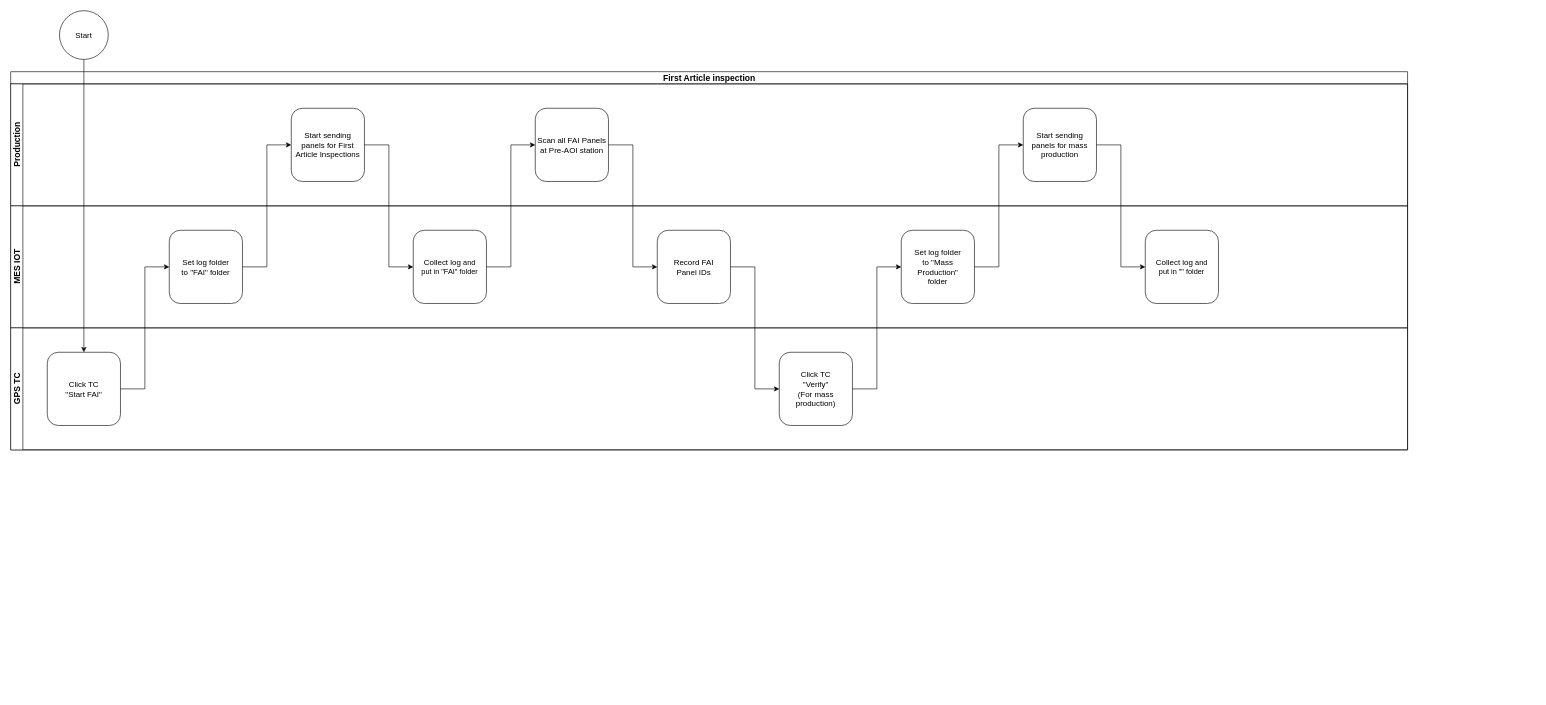
Above: First Article.drawio in vinceliao99/MyDiagrams (draw.io), before the change. Source tidied: cells renumbered, new cells numbered last; positions are measured from the earlier drawing's top-left corner, leaving out a move shared by most shapes. Both pictures are drawn from the tidied source at 61%, with x=0, y=0 at pixel (10, 10).
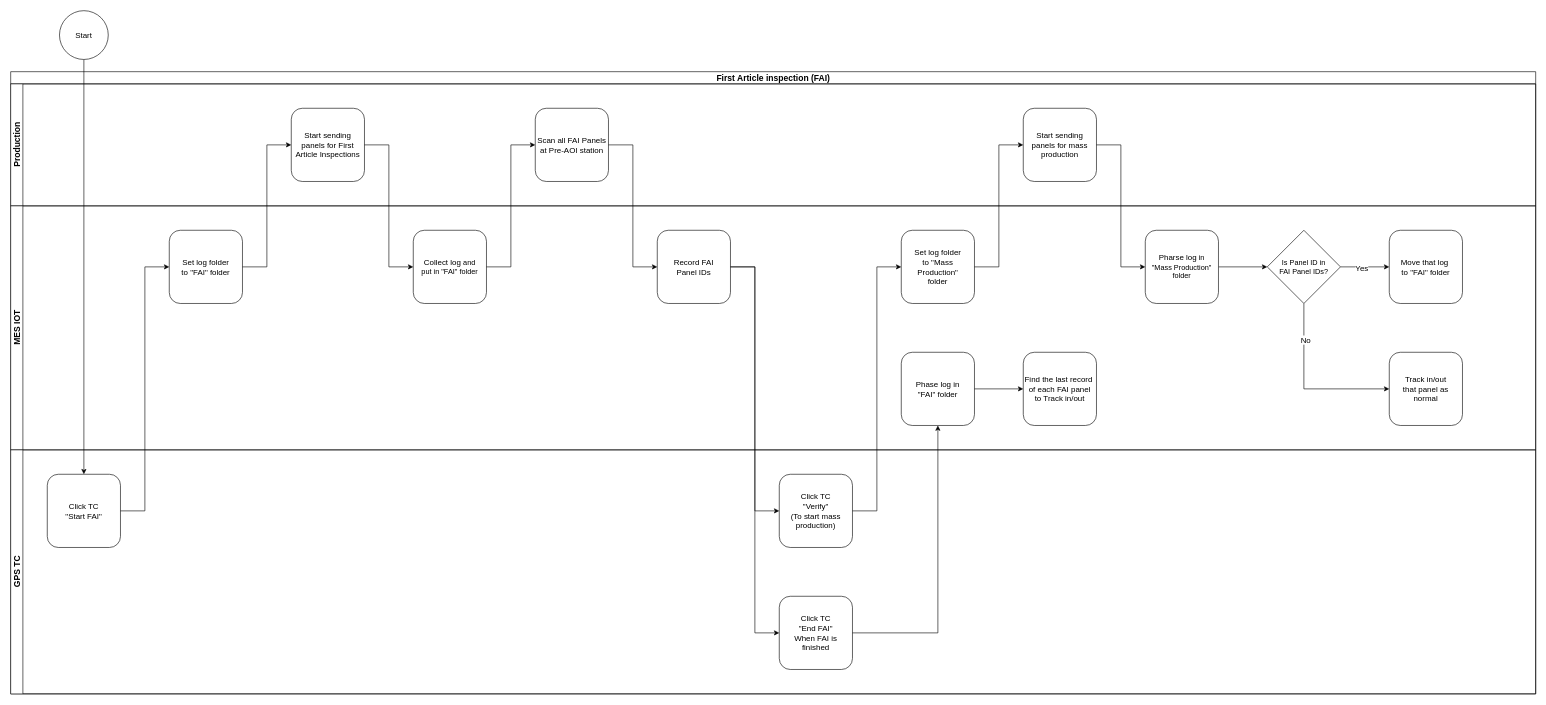
The same diagram, later.

The change refers to these unchanged cells:
```xml
<mxCell id="10" value="&lt;span style=&quot;font-size: 13px;&quot;&gt;Record FAI &lt;br&gt;Panel IDs&lt;br&gt;&lt;/span&gt;" style="rounded=1;whiteSpace=wrap;html=1;" parent="7" vertex="1">
  <mxGeometry x="1060" y="40" width="120" height="120" as="geometry" />
</mxCell>
```

Diff of the diagram source:
```diff
@@
-    <mxCell id="2" value="&lt;font style=&quot;font-size: 14px;&quot;&gt;First Article inspection&lt;/font&gt;" style="swimlane;horizontal=1;startSize=20;html=1;" parent="1" vertex="1">
-      <mxGeometry y="100" width="2290" height="620" as="geometry" />
+    <mxCell id="2" value="&lt;font style=&quot;font-size: 14px;&quot;&gt;First Article inspection (FAI)&lt;/font&gt;" style="swimlane;horizontal=1;startSize=20;html=1;" parent="1" vertex="1">
+      <mxGeometry y="100" width="2500" height="1020" as="geometry" />
     </mxCell>
     <mxCell id="3" value="&lt;font style=&quot;font-size: 14px;&quot;&gt;Production&lt;/font&gt;" style="swimlane;startSize=20;horizontal=0;html=1;" parent="2" vertex="1">
-      <mxGeometry y="20" width="2290" height="200" as="geometry" />
+      <mxGeometry y="20" width="2500" height="200" as="geometry" />
     </mxCell>
@@
     <mxCell id="7" value="&lt;font style=&quot;font-size: 14px;&quot;&gt;MES IOT&lt;/font&gt;" style="swimlane;startSize=20;horizontal=0;html=1;" parent="2" vertex="1">
-      <mxGeometry y="220" width="2290" height="200" as="geometry" />
+      <mxGeometry y="220" width="2500" height="400" as="geometry" />
     </mxCell>
@@
+    <mxCell id="27" style="edgeStyle=orthogonalEdgeStyle;rounded=0;jettySize=auto;html=1;exitX=1;exitY=0.5;exitDx=0;exitDy=0;entryX=0;entryY=0.5;entryDx=0;entryDy=0;" parent="7" edge="1" source="12" target="32">
+      <mxGeometry relative="1" as="geometry" />
+    </mxCell>
-    <mxCell id="12" value="&lt;span style=&quot;font-size: 13px;&quot;&gt;Collect log&amp;nbsp;&lt;/span&gt;and &lt;br&gt;put in &quot;&quot; folder" style="rounded=1;whiteSpace=wrap;html=1;" parent="7" vertex="1">
+    <mxCell id="12" value="&lt;span style=&quot;font-size: 13px;&quot;&gt;Pharse log&lt;/span&gt;&amp;nbsp;in &lt;br&gt;&quot;Mass Production&quot; folder" style="rounded=1;whiteSpace=wrap;html=1;" parent="7" vertex="1">
       <mxGeometry x="1860" y="40" width="120" height="120" as="geometry" />
     </mxCell>
+    <mxCell id="28" style="edgeStyle=orthogonalEdgeStyle;rounded=0;jettySize=auto;html=1;exitX=1;exitY=0.5;exitDx=0;exitDy=0;entryX=0;entryY=0.5;entryDx=0;entryDy=0;" parent="7" edge="1" source="32" target="34">
+      <mxGeometry relative="1" as="geometry" />
+    </mxCell>
+    <mxCell id="29" value="&lt;font style=&quot;font-size: 13px;&quot;&gt;Yes&lt;/font&gt;" style="edgeLabel;html=1;align=center;verticalAlign=middle;" parent="28" vertex="1">
+      <mxGeometry x="-0.15" y="-1" relative="1" as="geometry" />
+    </mxCell>
+    <mxCell id="30" style="edgeStyle=orthogonalEdgeStyle;rounded=0;jettySize=auto;html=1;exitX=0.5;exitY=1;exitDx=0;exitDy=0;entryX=0;entryY=0.5;entryDx=0;entryDy=0;" parent="7" edge="1" source="32" target="33">
+      <mxGeometry relative="1" as="geometry" />
+    </mxCell>
+    <mxCell id="31" value="&lt;font style=&quot;font-size: 13px;&quot;&gt;No&lt;/font&gt;" style="edgeLabel;html=1;align=center;verticalAlign=middle;" parent="30" vertex="1">
+      <mxGeometry x="-0.58" y="2" relative="1" as="geometry" />
+    </mxCell>
+    <mxCell id="32" value="Is Panel ID in&lt;br&gt;FAI Panel IDs?" style="rhombus;whiteSpace=wrap;html=1;" parent="7" vertex="1">
+      <mxGeometry x="2060" y="40" width="120" height="120" as="geometry" />
+    </mxCell>
+    <mxCell id="33" value="&lt;span style=&quot;font-size: 13px;&quot;&gt;Track in/out&lt;br&gt;that panel as&lt;br&gt;normal&lt;br&gt;&lt;/span&gt;" style="rounded=1;whiteSpace=wrap;html=1;" parent="7" vertex="1">
+      <mxGeometry x="2260" y="240" width="120" height="120" as="geometry" />
+    </mxCell>
+    <mxCell id="34" value="&lt;span style=&quot;font-size: 13px;&quot;&gt;Move that log&amp;nbsp;&lt;br&gt;to &quot;FAI&quot; folder&lt;br&gt;&lt;/span&gt;" style="rounded=1;whiteSpace=wrap;html=1;" parent="7" vertex="1">
+      <mxGeometry x="2260" y="40" width="120" height="120" as="geometry" />
+    </mxCell>
+    <mxCell id="35" value="&lt;span style=&quot;font-size: 13px;&quot;&gt;Phase log in&lt;br&gt;&quot;FAI&quot; folder&lt;br&gt;&lt;/span&gt;" style="rounded=1;whiteSpace=wrap;html=1;" parent="7" vertex="1">
+      <mxGeometry x="1460" y="240" width="120" height="120" as="geometry" />
+    </mxCell>
+    <mxCell id="36" value="&lt;span style=&quot;font-size: 13px;&quot;&gt;Find the last record&amp;nbsp;&lt;br&gt;of each FAI panel&lt;br&gt;to Track in/out&lt;br&gt;&lt;/span&gt;" style="rounded=1;whiteSpace=wrap;html=1;" parent="7" vertex="1">
+      <mxGeometry x="1660" y="240" width="120" height="120" as="geometry" />
+    </mxCell>
+    <mxCell id="37" style="edgeStyle=orthogonalEdgeStyle;rounded=0;jettySize=auto;html=1;exitX=1;exitY=0.5;exitDx=0;exitDy=0;entryX=0;entryY=0.5;entryDx=0;entryDy=0;" parent="7" edge="1" source="35" target="36">
+      <mxGeometry relative="1" as="geometry" />
+    </mxCell>
     <mxCell id="13" value="&lt;font style=&quot;font-size: 14px;&quot;&gt;GPS TC&lt;/font&gt;" style="swimlane;startSize=20;horizontal=0;html=1;" parent="2" vertex="1">
-      <mxGeometry y="420" width="2290" height="200" as="geometry" />
+      <mxGeometry y="620" width="2500" height="400" as="geometry" />
     </mxCell>
@@
-    <mxCell id="15" value="&lt;span style=&quot;font-size: 13px;&quot;&gt;Click TC&lt;br&gt;&quot;Verify&quot;&lt;br&gt;(For mass production)&lt;br&gt;&lt;/span&gt;" style="rounded=1;whiteSpace=wrap;html=1;" parent="13" vertex="1">
+    <mxCell id="15" value="&lt;span style=&quot;font-size: 13px;&quot;&gt;Click TC&lt;br&gt;&quot;Verify&quot;&lt;br&gt;(To start mass production)&lt;br&gt;&lt;/span&gt;" style="rounded=1;whiteSpace=wrap;html=1;" parent="13" vertex="1">
       <mxGeometry x="1260" y="40" width="120" height="120" as="geometry" />
     </mxCell>
+    <mxCell id="38" value="&lt;span style=&quot;font-size: 13px;&quot;&gt;Click TC &lt;br&gt;&quot;End FAI&quot;&lt;br&gt;When FAI is finished&lt;br&gt;&lt;/span&gt;" style="rounded=1;whiteSpace=wrap;html=1;" parent="13" vertex="1">
+      <mxGeometry x="1260" y="240" width="120" height="120" as="geometry" />
+    </mxCell>
@@
+    <mxCell id="39" style="edgeStyle=orthogonalEdgeStyle;rounded=0;jettySize=auto;html=1;exitX=1;exitY=0.5;exitDx=0;exitDy=0;entryX=0;entryY=0.5;entryDx=0;entryDy=0;" parent="2" edge="1" source="10" target="38">
+      <mxGeometry relative="1" as="geometry" />
+    </mxCell>
+    <mxCell id="40" style="edgeStyle=orthogonalEdgeStyle;rounded=0;jettySize=auto;html=1;exitX=1;exitY=0.5;exitDx=0;exitDy=0;entryX=0.5;entryY=1;entryDx=0;entryDy=0;" parent="2" edge="1" source="38" target="35">
+      <mxGeometry relative="1" as="geometry" />
+    </mxCell>
```
